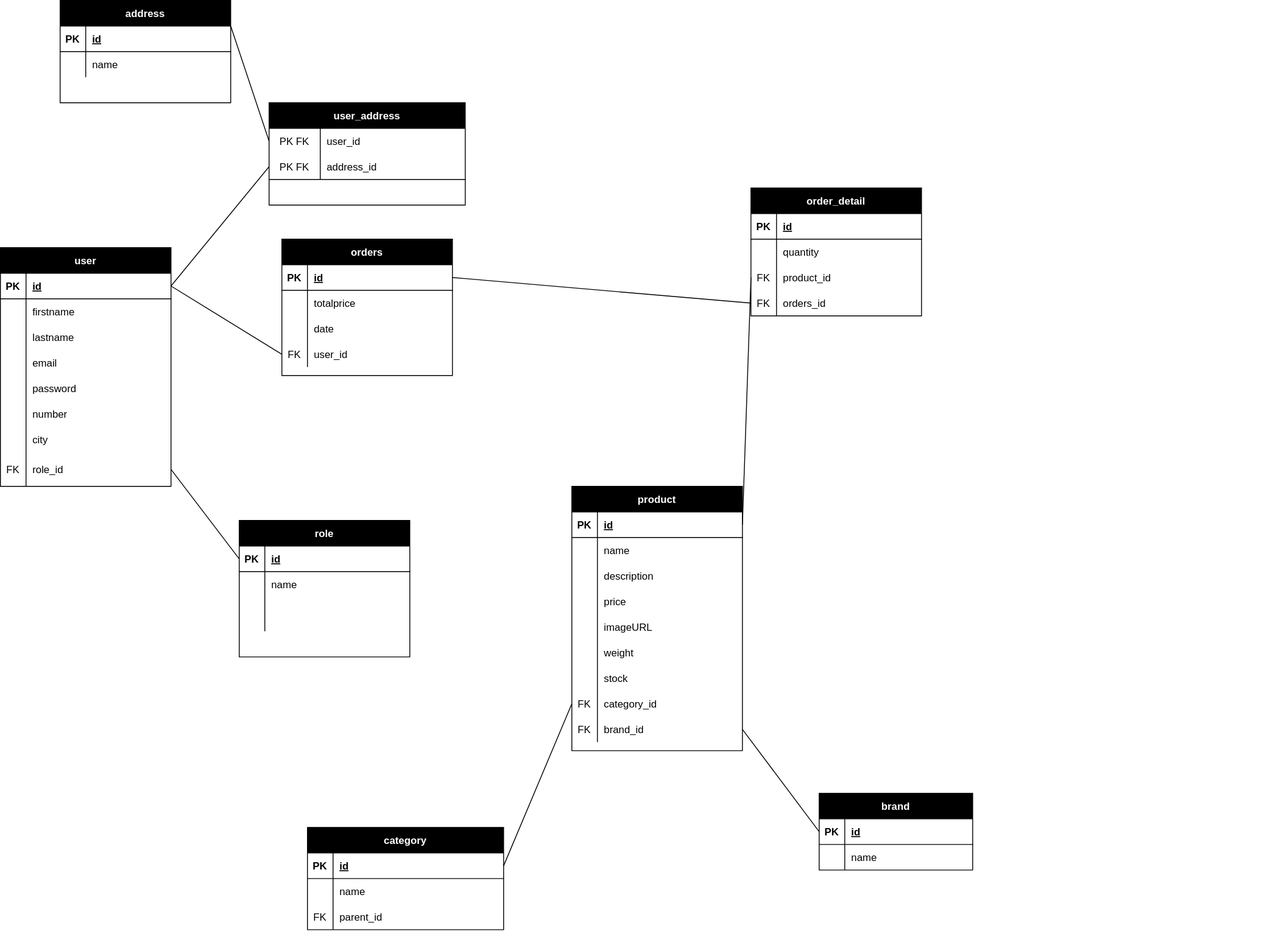
This is code/server/merise/MLD-komora.drawio.svg from TERENYANA/komora, a draw.io export, as it was before one commit. Source tidied: cells renumbered, new cells last; positions are measured from the earlier drawing's top-left corner, leaving out a move shared by most shapes.
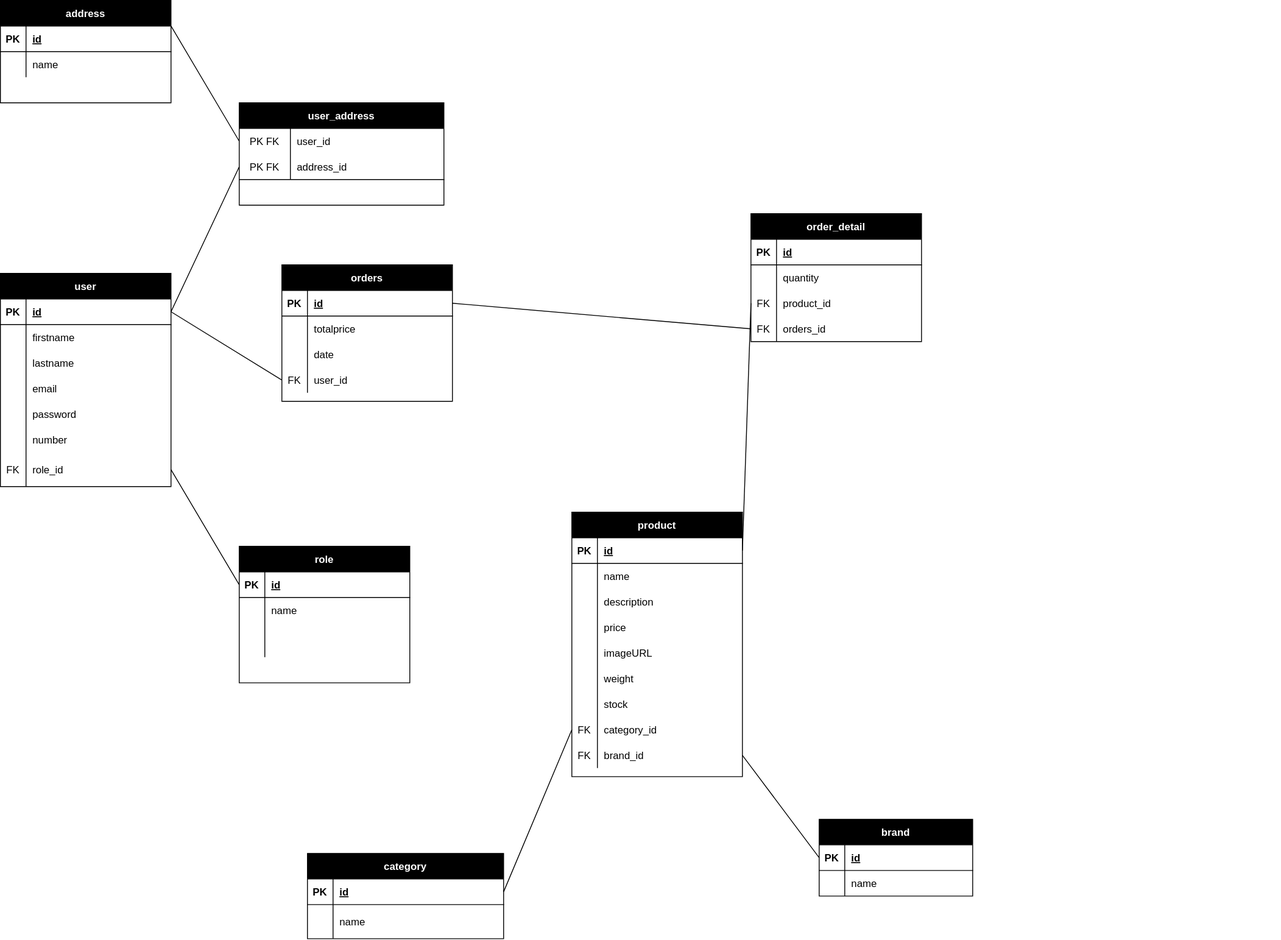
After the commit.

Diff of the diagram source:
```diff
@@ -3,7 +3,7 @@
     <mxCell id="0" />
     <mxCell id="1" parent="0" />
     <mxCell id="2" value="user" style="shape=table;startSize=30;rowLines=0;fontStyle=1;align=center;fillColor=#000000;fontColor=#ffffff;strokeColor=#000000;" parent="1" vertex="1">
-      <mxGeometry y="290" width="200" height="280" as="geometry" />
+      <mxGeometry y="290" width="200" height="250" as="geometry" />
     </mxCell>
     <mxCell id="3" style="shape=tableRow;horizontal=0;startSize=0;swimlaneHead=0;swimlaneBody=0;fillColor=none;points=[[0,0.5],[1,0.5]];portConstraint=eastwest;top=0;left=0;right=0;bottom=1;" parent="2" vertex="1">
       <mxGeometry y="30" width="200" height="30" as="geometry" />
@@ -59,17 +59,8 @@
     <mxCell id="20" value="number" style="shape=partialRectangle;fillColor=none;top=0;left=0;bottom=0;right=0;align=left;spacingLeft=6;overflow=hidden;" parent="18" vertex="1">
       <mxGeometry x="30" width="170" height="30" as="geometry" />
     </mxCell>
-    <mxCell id="21" style="shape=tableRow;horizontal=0;startSize=0;swimlaneHead=0;swimlaneBody=0;fillColor=none;top=0;left=0;right=0;bottom=0;" parent="2" vertex="1">
-      <mxGeometry y="210" width="200" height="30" as="geometry" />
-    </mxCell>
-    <mxCell id="22" style="shape=partialRectangle;fillColor=none;top=0;left=0;bottom=0;right=0;overflow=hidden;" parent="21" vertex="1">
-      <mxGeometry width="30" height="30" as="geometry" />
-    </mxCell>
-    <mxCell id="23" value="city" style="shape=partialRectangle;fillColor=none;top=0;left=0;bottom=0;right=0;align=left;spacingLeft=6;overflow=hidden;" parent="21" vertex="1">
-      <mxGeometry x="30" width="170" height="30" as="geometry" />
-    </mxCell>
     <mxCell id="24" style="shape=tableRow;horizontal=0;startSize=0;swimlaneHead=0;swimlaneBody=0;fillColor=none;points=[[0,0.5],[1,0.5]];portConstraint=eastwest;top=0;left=0;right=0;bottom=0;" parent="2" vertex="1">
-      <mxGeometry y="240" width="200" height="40" as="geometry" />
+      <mxGeometry y="210" width="200" height="40" as="geometry" />
     </mxCell>
     <mxCell id="25" value="FK" style="shape=partialRectangle;fillColor=none;top=0;left=0;bottom=0;right=0;overflow=hidden;" parent="24" vertex="1">
       <mxGeometry width="30" height="40" as="geometry" />
@@ -222,7 +213,7 @@
       <mxGeometry x="30" width="150" height="30" as="geometry" />
     </mxCell>
     <mxCell id="75" value="address" style="shape=table;startSize=30;rowLines=0;fontStyle=1;align=center;fillColor=#000000;fontColor=#ffffff;strokeColor=#000000;" parent="1" vertex="1">
-      <mxGeometry x="70" width="200" height="120" as="geometry" />
+      <mxGeometry y="-30" width="200" height="120" as="geometry" />
     </mxCell>
     <mxCell id="76" style="shape=tableRow;horizontal=0;startSize=0;swimlaneHead=0;swimlaneBody=0;fillColor=none;top=0;left=0;right=0;bottom=1;" parent="75" vertex="1">
       <mxGeometry y="30" width="200" height="30" as="geometry" />
@@ -282,25 +273,25 @@
       <mxGeometry x="30" width="170" height="30" as="geometry" />
     </mxCell>
     <mxCell id="95" value="user_address" style="shape=table;startSize=30;rowLines=0;fontStyle=1;align=center;fillColor=#000000;fontColor=#ffffff;strokeColor=#000000;" parent="1" vertex="1">
-      <mxGeometry x="315" y="120" width="230" height="120" as="geometry" />
+      <mxGeometry x="280" y="90" width="240" height="120" as="geometry" />
     </mxCell>
     <mxCell id="96" style="shape=tableRow;horizontal=0;startSize=0;swimlaneHead=0;swimlaneBody=0;fillColor=none;points=[[0,0.5],[1,0.5]];portConstraint=eastwest;top=0;left=0;right=0;bottom=0;" parent="95" vertex="1">
-      <mxGeometry y="30" width="230" height="30" as="geometry" />
+      <mxGeometry y="30" width="240" height="30" as="geometry" />
     </mxCell>
     <mxCell id="97" value="PK FK" style="shape=partialRectangle;fillColor=none;top=0;left=0;bottom=0;right=0;overflow=hidden;" parent="96" vertex="1">
       <mxGeometry width="60" height="30" as="geometry" />
     </mxCell>
     <mxCell id="98" value="user_id" style="shape=partialRectangle;fillColor=none;top=0;left=0;bottom=0;right=0;align=left;spacingLeft=6;overflow=hidden;" parent="96" vertex="1">
-      <mxGeometry x="60" width="170" height="30" as="geometry" />
+      <mxGeometry x="60" width="180" height="30" as="geometry" />
     </mxCell>
     <mxCell id="99" style="shape=tableRow;horizontal=0;startSize=0;swimlaneHead=0;swimlaneBody=0;fillColor=none;points=[[0,0.5],[1,0.5]];portConstraint=eastwest;top=0;left=0;right=0;bottom=1;" parent="95" vertex="1">
-      <mxGeometry y="60" width="230" height="30" as="geometry" />
+      <mxGeometry y="60" width="240" height="30" as="geometry" />
     </mxCell>
     <mxCell id="100" value="PK FK" style="shape=partialRectangle;fillColor=none;top=0;left=0;bottom=0;right=0;fontStyle=0;overflow=hidden;" parent="99" vertex="1">
       <mxGeometry width="60" height="30" as="geometry" />
     </mxCell>
     <mxCell id="101" value="address_id" style="shape=partialRectangle;fillColor=none;top=0;left=0;bottom=0;right=0;align=left;spacingLeft=6;fontStyle=0;overflow=hidden;" parent="99" vertex="1">
-      <mxGeometry x="60" width="170" height="30" as="geometry" />
+      <mxGeometry x="60" width="180" height="30" as="geometry" />
     </mxCell>
     <mxCell id="102" style="endArrow=none;html=1;rounded=0;entryX=0;entryY=0.5;entryDx=0;entryDy=0;exitX=1;exitY=0.5;exitDx=0;exitDy=0;" parent="1" edge="1" source="3" target="99">
       <mxGeometry relative="1" as="geometry" />
@@ -312,7 +303,7 @@
       <mxGeometry relative="1" as="geometry" />
     </mxCell>
     <mxCell id="105" value="category" style="shape=table;startSize=30;rowLines=0;fontStyle=1;align=center;fillColor=#000000;fontColor=#ffffff;strokeColor=#000000;" parent="1" vertex="1">
-      <mxGeometry x="360" y="970" width="230" height="120" as="geometry" />
+      <mxGeometry x="360" y="970" width="230" height="100" as="geometry" />
     </mxCell>
     <mxCell id="106" style="shape=tableRow;horizontal=0;startSize=0;swimlaneHead=0;swimlaneBody=0;fillColor=none;points=[[0,0.5],[1,0.5]];portConstraint=eastwest;top=0;left=0;right=0;bottom=1;" parent="105" vertex="1">
       <mxGeometry y="30" width="230" height="30" as="geometry" />
@@ -324,23 +315,14 @@
       <mxGeometry x="30" width="200" height="30" as="geometry" />
     </mxCell>
     <mxCell id="109" style="shape=tableRow;horizontal=0;startSize=0;swimlaneHead=0;swimlaneBody=0;fillColor=none;top=0;left=0;right=0;bottom=0;" parent="105" vertex="1">
-      <mxGeometry y="60" width="230" height="30" as="geometry" />
+      <mxGeometry y="60" width="230" height="40" as="geometry" />
     </mxCell>
     <mxCell id="110" style="shape=partialRectangle;fillColor=none;top=0;left=0;bottom=0;right=0;overflow=hidden;" parent="109" vertex="1">
-      <mxGeometry width="30" height="30" as="geometry" />
+      <mxGeometry width="30" height="40" as="geometry" />
     </mxCell>
     <mxCell id="111" value="name" style="shape=partialRectangle;fillColor=none;top=0;left=0;bottom=0;right=0;align=left;spacingLeft=6;overflow=hidden;" parent="109" vertex="1">
-      <mxGeometry x="30" width="200" height="30" as="geometry" />
+      <mxGeometry x="30" width="200" height="40" as="geometry" />
     </mxCell>
-    <mxCell id="112" style="shape=tableRow;horizontal=0;startSize=0;swimlaneHead=0;swimlaneBody=0;fillColor=none;top=0;left=0;right=0;bottom=0;" parent="105" vertex="1">
-      <mxGeometry y="90" width="230" height="30" as="geometry" />
-    </mxCell>
-    <mxCell id="113" value="FK" style="shape=partialRectangle;fillColor=none;top=0;left=0;bottom=0;right=0;overflow=hidden;" parent="112" vertex="1">
-      <mxGeometry width="30" height="30" as="geometry" />
-    </mxCell>
-    <mxCell id="114" value="parent_id" style="shape=partialRectangle;fillColor=none;top=0;left=0;bottom=0;right=0;align=left;spacingLeft=6;overflow=hidden;" parent="112" vertex="1">
-      <mxGeometry x="30" width="200" height="30" as="geometry" />
-    </mxCell>
     <mxCell id="115" style="shape=tableRow;horizontal=0;startSize=0;swimlaneHead=0;swimlaneBody=0;fillColor=none;top=0;left=0;right=0;bottom=0;" parent="1" vertex="1">
       <mxGeometry x="1320" y="1020" width="180" height="30" as="geometry" />
     </mxCell>
```
